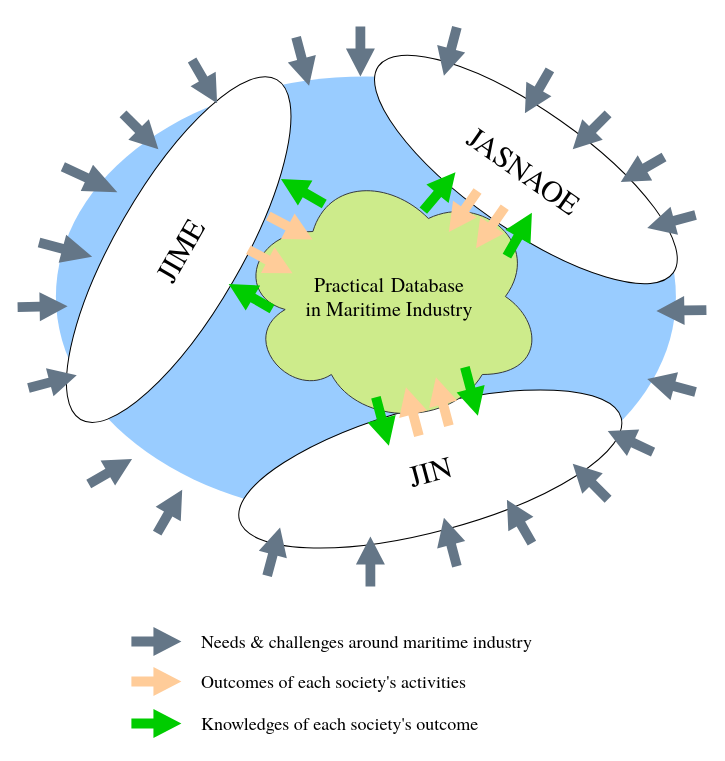
Earlier version of the draw.io diagram figs/figure.drawio (taiga4112/jasnaoe_r7_autumn_kikaku_os). Source tidied: cells renumbered, new cells numbered last; positions are measured from the earlier drawing's top-left corner, leaving out a move shared by most shapes. Both pictures are drawn from the tidied source at 100%, with x=0, y=0 at pixel (-18, 26).
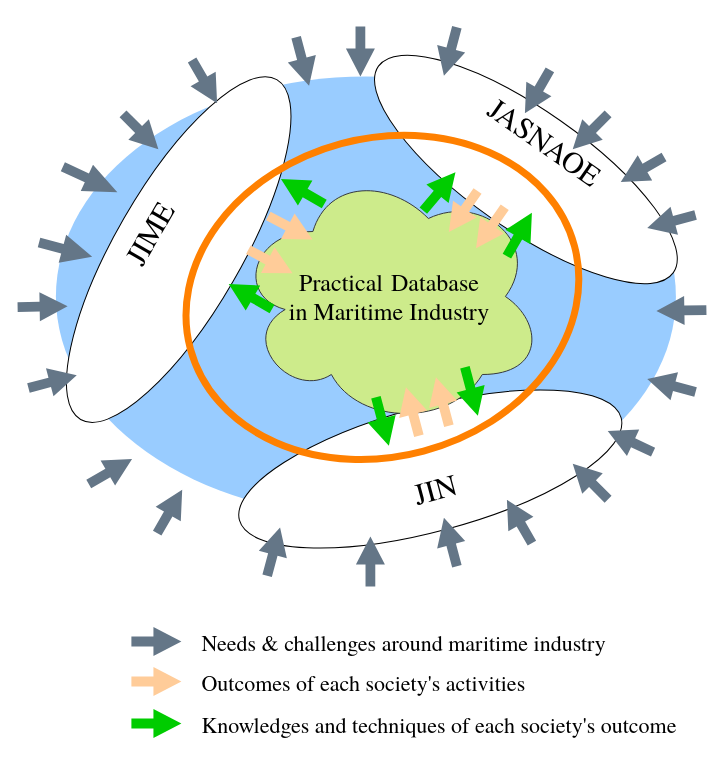
Above is the later version.

What changed in the source:
```diff
@@
-    <mxCell id="3" value="JASNAOE" style="strokeWidth=1;html=1;shape=mxgraph.flowchart.start_1;whiteSpace=wrap;rotation=35;fontSize=30;fontFamily=TeX Gyre Termes;" parent="1" vertex="1">
+    <mxCell id="3" value="JASNAOE&#10;&#10;" style="strokeWidth=1;shape=mxgraph.flowchart.start_1;rotation=35;fontSize=30;fontFamily=TeX Gyre Termes;" parent="1" vertex="1">
       <mxGeometry x="363.4" y="83.2" width="360" height="119.4" as="geometry" />
     </mxCell>
-    <mxCell id="4" value="JIME" style="strokeWidth=1;html=1;shape=mxgraph.flowchart.start_1;whiteSpace=wrap;rotation=-60;fontSize=30;fontFamily=TeX Gyre Termes;" parent="1" vertex="1">
+    <mxCell id="4" value="JIME&#10;&#10;" style="strokeWidth=1;shape=mxgraph.flowchart.start_1;rotation=-60;fontSize=30;fontFamily=TeX Gyre Termes;" parent="1" vertex="1">
       <mxGeometry y="160" width="392.4" height="126.1" as="geometry" />
     </mxCell>
-    <mxCell id="5" value="JIN" style="strokeWidth=1;html=1;shape=mxgraph.flowchart.start_1;whiteSpace=wrap;rotation=-15;fontSize=30;fontFamily=TeX Gyre Termes;" parent="1" vertex="1">
+    <mxCell id="5" value="&#10;JIN" style="strokeWidth=1;shape=mxgraph.flowchart.start_1;rotation=-15;fontSize=30;fontFamily=TeX Gyre Termes;" parent="1" vertex="1">
       <mxGeometry x="250.2" y="380.1" width="395.2" height="124.8" as="geometry" />
     </mxCell>
-    <mxCell id="6" value="&lt;div&gt;Practical&amp;nbsp;&lt;span style=&quot;background-color: transparent;&quot;&gt;Database&lt;/span&gt;&lt;/div&gt;&lt;div&gt;in Maritime Industry&lt;/div&gt;" style="ellipse;shape=cloud;whiteSpace=wrap;html=1;fontSize=20;fillColor=#cdeb8b;strokeColor=#36393d;fontFamily=TeX Gyre Termes;" parent="1" vertex="1">
+    <mxCell id="6" value="&lt;div&gt;Practical&amp;nbsp;&lt;span style=&quot;background-color: transparent;&quot;&gt;Database&lt;/span&gt;&lt;/div&gt;&lt;div&gt;in Maritime Industry&lt;/div&gt;" style="ellipse;shape=cloud;whiteSpace=wrap;html=1;fontSize=24;fillColor=#cdeb8b;strokeColor=#36393d;fontFamily=TeX Gyre Termes;" parent="1" vertex="1">
       <mxGeometry x="253.4" y="140" width="308" height="260" as="geometry" />
     </mxCell>
@@
-    <mxCell id="45" value="Needs &amp;amp; challenges around maritime industry" style="text;html=1;align=left;verticalAlign=middle;strokeColor=none;fillColor=none;fontSize=18;fontFamily=TeX Gyre Termes;" parent="1" vertex="1">
-      <mxGeometry x="217.4" y="595" width="350" height="40" as="geometry" />
+    <mxCell id="45" value="Needs &amp; challenges around maritime industry" style="text;align=left;verticalAlign=middle;strokeColor=none;fillColor=none;fontSize=22;fontFamily=TeX Gyre Termes;" parent="1" vertex="1">
+      <mxGeometry x="217.4" y="595" width="430" height="40" as="geometry" />
     </mxCell>
-    <mxCell id="46" value="Outcomes of each society's activities&amp;nbsp;" style="text;html=1;align=left;verticalAlign=middle;strokeColor=none;fillColor=none;fontSize=18;fontFamily=TeX Gyre Termes;" parent="1" vertex="1">
-      <mxGeometry x="217.4" y="635" width="290" height="40" as="geometry" />
+    <mxCell id="46" value="Outcomes of each society's activities " style="text;align=left;verticalAlign=middle;strokeColor=none;fillColor=none;fontSize=22;fontFamily=TeX Gyre Termes;" parent="1" vertex="1">
+      <mxGeometry x="217.4" y="635" width="350" height="40" as="geometry" />
     </mxCell>
-    <mxCell id="47" value="Knowledges of each society's outcome" style="text;html=1;align=left;verticalAlign=middle;strokeColor=none;fillColor=none;fontSize=18;fontFamily=TeX Gyre Termes;" parent="1" vertex="1">
-      <mxGeometry x="217.4" y="677" width="300" height="40" as="geometry" />
+    <mxCell id="47" value="Knowledges and techniques of each society's outcome" style="text;align=left;verticalAlign=middle;strokeColor=none;fillColor=none;fontSize=22;fontFamily=TeX Gyre Termes;" parent="1" vertex="1">
+      <mxGeometry x="217.4" y="677" width="500" height="40" as="geometry" />
     </mxCell>
+    <mxCell id="48" style="ellipse;fillColor=none;rotation=-15;strokeColor=#FF8000;strokeWidth=7;perimeterSpacing=13;" parent="1" vertex="1">
+      <mxGeometry x="201.1" y="111.7" width="397.6" height="318.3" as="geometry" />
+    </mxCell>
```
